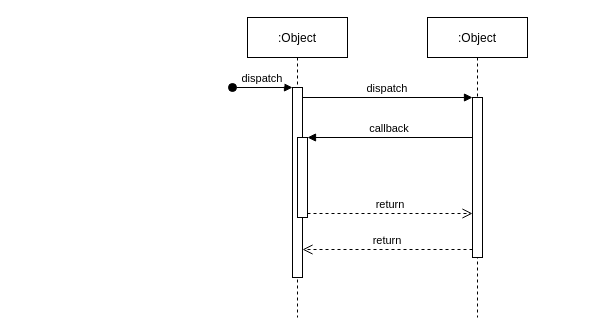
Before: Untitled Diagram.drawio in lanzhizhinian/Java, a draw.io diagram. Source tidied: cells renumbered, new cells numbered last; positions are measured from the earlier drawing's top-left corner, leaving out a move shared by most shapes. Both pictures are drawn from the tidied source at 100%, with x=0, y=0 at pixel (232, 17).
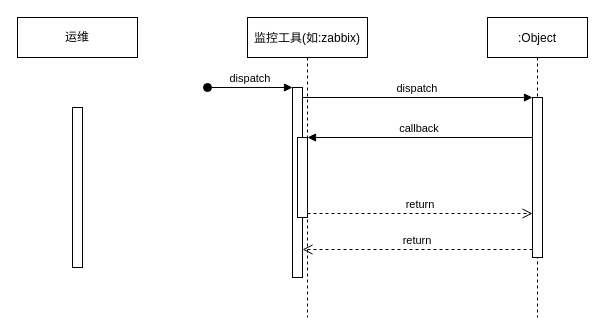
Above is the later version.

Commit message:
监控代理实现的时序图(初稿)

The edit, as a diff of the source:
```diff
@@
 <mxGraphModel>
   <root>
     <mxCell id="0" />
     <mxCell id="1" parent="0" />
-    <mxCell id="2" value=":Object" style="shape=umlLifeline;perimeter=lifelinePerimeter;rounded=0;shadow=0;strokeWidth=1;" parent="1" vertex="1">
-      <mxGeometry x="15" width="100" height="300" as="geometry" />
+    <mxCell id="2" value="监控工具(如:zabbix)" style="shape=umlLifeline;perimeter=lifelinePerimeter;rounded=0;shadow=0;strokeWidth=1;" parent="1" vertex="1">
+      <mxGeometry x="15" width="120" height="300" as="geometry" />
     </mxCell>
     <mxCell id="3" style="points=[];perimeter=orthogonalPerimeter;rounded=0;shadow=0;strokeWidth=1;" parent="2" vertex="1">
       <mxGeometry x="45" y="70" width="10" height="190" as="geometry" />
     </mxCell>
     <mxCell id="4" value="dispatch" style="verticalAlign=bottom;startArrow=oval;endArrow=block;startSize=8;shadow=0;strokeWidth=1;" parent="2" edge="1" target="3">
       <mxGeometry relative="1" as="geometry">
-        <mxPoint x="-15" y="70" as="sourcePoint" />
+        <mxPoint x="-40" y="70" as="sourcePoint" />
       </mxGeometry>
     </mxCell>
     <mxCell id="5" style="points=[];perimeter=orthogonalPerimeter;rounded=0;shadow=0;strokeWidth=1;" parent="2" vertex="1">
       <mxGeometry x="50" y="120" width="10" height="80" as="geometry" />
     </mxCell>
     <mxCell id="6" value=":Object" style="shape=umlLifeline;perimeter=lifelinePerimeter;rounded=0;shadow=0;strokeWidth=1;" parent="1" vertex="1">
-      <mxGeometry x="195" width="100" height="300" as="geometry" />
+      <mxGeometry x="255" width="100" height="300" as="geometry" />
     </mxCell>
     <mxCell id="7" style="points=[];perimeter=orthogonalPerimeter;rounded=0;shadow=0;strokeWidth=1;" parent="6" vertex="1">
       <mxGeometry x="45" y="80" width="10" height="160" as="geometry" />
     </mxCell>
     <mxCell id="8" value="return" style="verticalAlign=bottom;endArrow=open;dashed=1;endSize=8;exitX=0;exitY=0.95;shadow=0;strokeWidth=1;" parent="1" edge="1" source="7" target="3">
       <mxGeometry relative="1" as="geometry" />
     </mxCell>
     <mxCell id="9" value="dispatch" style="verticalAlign=bottom;endArrow=block;entryX=0;entryY=0;shadow=0;strokeWidth=1;" parent="1" edge="1" source="3" target="7">
       <mxGeometry relative="1" as="geometry" />
     </mxCell>
     <mxCell id="10" value="callback" style="verticalAlign=bottom;endArrow=block;entryX=1;entryY=0;shadow=0;strokeWidth=1;" parent="1" edge="1" source="7" target="5">
       <mxGeometry relative="1" as="geometry" />
     </mxCell>
     <mxCell id="11" value="return" style="verticalAlign=bottom;endArrow=open;dashed=1;endSize=8;exitX=1;exitY=0.95;shadow=0;strokeWidth=1;" parent="1" edge="1" source="5" target="7">
       <mxGeometry relative="1" as="geometry" />
     </mxCell>
+    <mxCell id="12" value="运维" style="rounded=0;whiteSpace=wrap;html=1;" parent="1" vertex="1">
+      <mxGeometry x="-215" width="120" height="40" as="geometry" />
+    </mxCell>
+    <mxCell id="13" style="perimeter=orthogonalPerimeter;rounded=0;shadow=0;strokeWidth=1;" parent="1" vertex="1">
+      <mxGeometry x="-160" y="90" width="10" height="160" as="geometry" />
+    </mxCell>
   </root>
 </mxGraphModel>
```
